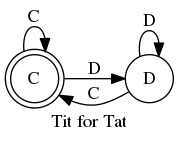
ayaderaghul/fsm-pd2 keeps this Graphviz diagram as a.gv.png. Above is the earlier version. Its source is kept beside it as a.gv. Source of this version:
```dot
digraph finite_state_machine {
        rankdir=LR;
        size="8,5"
        node [shape = doublecircle]; 0
        node [shape = circle];
0 [label="C"];
1 [label="D"];
        0 -> 1 [ label = "D" ]
        0 -> 0 [ label = "C" ]
        1 -> 0 [ label = "C" ]
        1 -> 1 [ label = "D" ]
    labelloc="b";
    label="Tit for Tat";

}
```
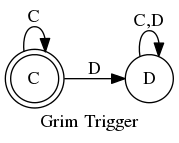
Later version of the same file.

Change to the diagram source:
```diff
@@ -7,9 +7,8 @@
 1 [label="D"];
         0 -> 1 [ label = "D" ]
         0 -> 0 [ label = "C" ]
-        1 -> 0 [ label = "C" ]
-        1 -> 1 [ label = "D" ]
+        1 -> 1 [ label = "C,D" ]
     labelloc="b";
-    label="Tit for Tat";
+    label="Grim Trigger";
 
 }
```
